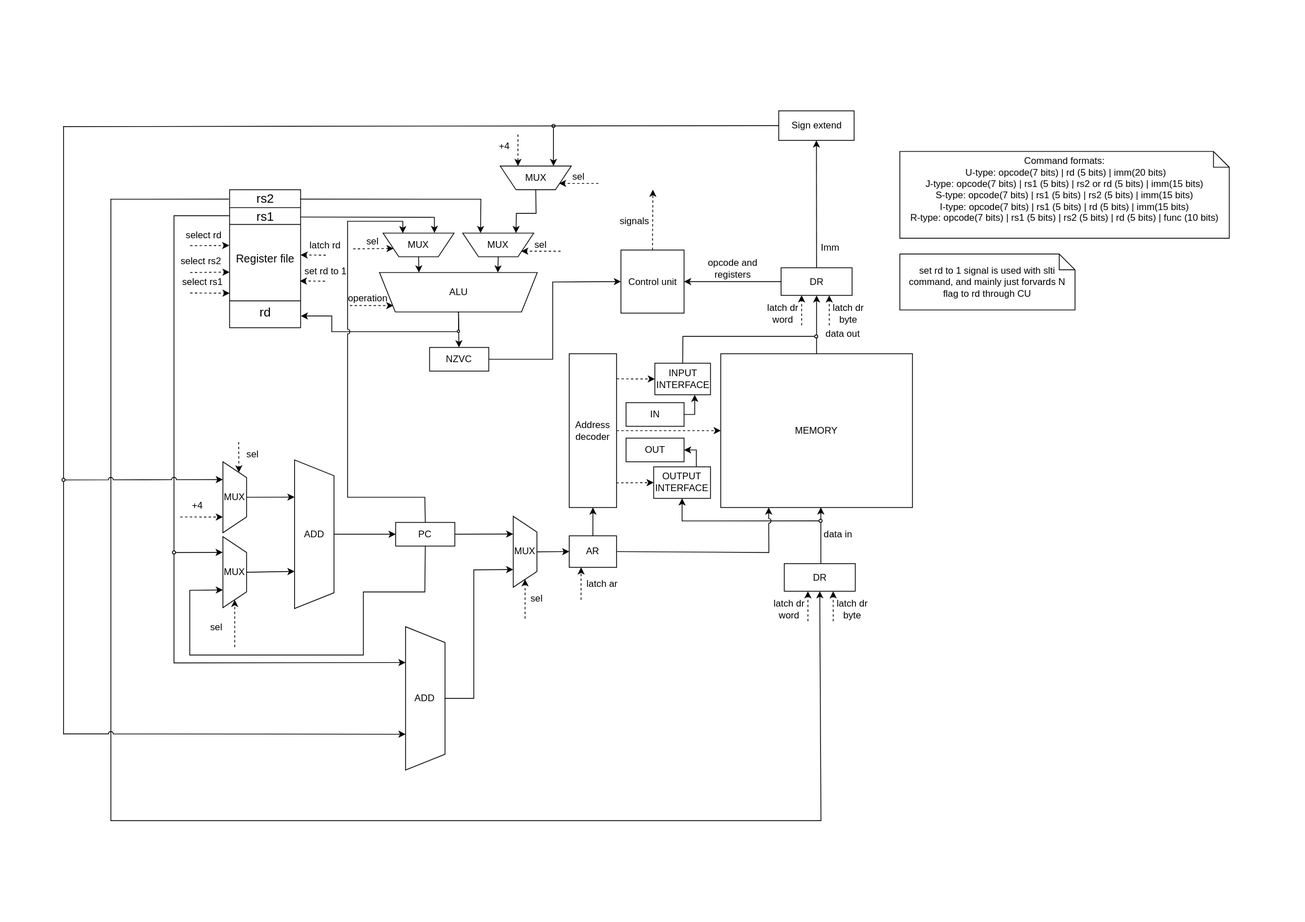
AstroSoup/computer-system-architecture-lab-3 keeps this draw.io diagram as scheme/scheme.svg. Above is the earlier version. Source tidied: cells renumbered, new cells last; positions are measured from the earlier drawing's top-left corner, leaving out a move shared by most shapes.
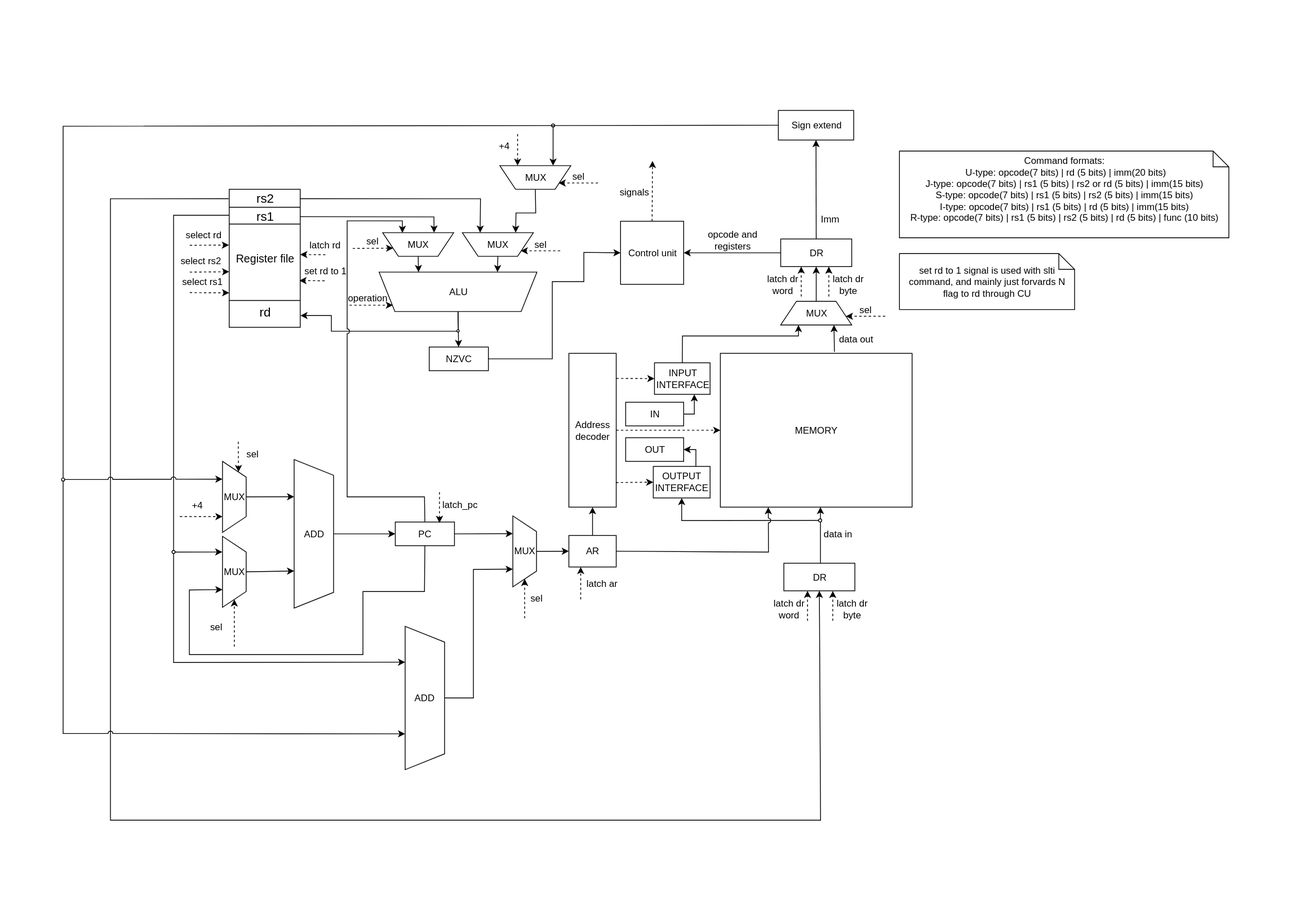
After the commit.

What changed in the source:
```diff
@@ -27,33 +27,33 @@
       <mxGeometry x="835" y="308" width="243" height="195" as="geometry" />
     </mxCell>
     <mxCell id="10" value="DR" style="rounded=0;whiteSpace=wrap;html=1;" parent="1" vertex="1">
-      <mxGeometry x="911.5" y="199" width="90" height="35" as="geometry" />
+      <mxGeometry x="911.5" y="163" width="90" height="35" as="geometry" />
     </mxCell>
-    <mxCell id="11" style="endArrow=classic;html=1;rounded=0;exitX=0.5;exitY=0;exitDx=0;exitDy=0;entryX=0.5;entryY=1;entryDx=0;entryDy=0;" parent="1" edge="1" source="9" target="10">
+    <mxCell id="11" style="endArrow=classic;html=1;rounded=0;exitX=0.5;exitY=0;exitDx=0;exitDy=0;entryX=0.5;entryY=1;entryDx=0;entryDy=0;" parent="1" edge="1" source="122" target="10">
       <mxGeometry relative="1" as="geometry" />
     </mxCell>
     <mxCell id="12" value="data out" style="text;html=1;align=center;verticalAlign=middle;whiteSpace=wrap;rounded=0;" parent="1" vertex="1">
-      <mxGeometry x="959.5" y="268" width="60" height="30" as="geometry" />
+      <mxGeometry x="976.5" y="275" width="60" height="30" as="geometry" />
     </mxCell>
     <mxCell id="13" style="endArrow=classic;html=1;rounded=0;exitX=0.5;exitY=0;exitDx=0;exitDy=0;entryX=0.5;entryY=1;entryDx=0;entryDy=0;" parent="1" edge="1" source="10" target="19">
       <mxGeometry relative="1" as="geometry" />
     </mxCell>
     <mxCell id="14" style="endArrow=classic;html=1;rounded=0;dashed=1;exitX=0.5;exitY=0;exitDx=0;exitDy=0;" parent="1" edge="1" source="112">
       <mxGeometry relative="1" as="geometry">
-        <mxPoint x="749" y="100" as="targetPoint" />
+        <mxPoint x="749" y="64" as="targetPoint" />
       </mxGeometry>
     </mxCell>
     <mxCell id="15" value="signals" style="text;html=1;align=center;verticalAlign=middle;whiteSpace=wrap;rounded=0;" parent="1" vertex="1">
-      <mxGeometry x="696" y="125" width="60" height="30" as="geometry" />
+      <mxGeometry x="696" y="89" width="60" height="30" as="geometry" />
     </mxCell>
     <mxCell id="16" style="endArrow=classic;html=1;rounded=0;exitX=0;exitY=0.5;exitDx=0;exitDy=0;entryX=1;entryY=0.5;entryDx=0;entryDy=0;" parent="1" edge="1" source="10" target="112">
       <mxGeometry relative="1" as="geometry" />
     </mxCell>
     <mxCell id="17" value="opcode and registers" style="text;html=1;whiteSpace=wrap;strokeColor=none;fillColor=none;align=center;verticalAlign=middle;rounded=0;" parent="1" vertex="1">
-      <mxGeometry x="804.5" y="185" width="91" height="30" as="geometry" />
+      <mxGeometry x="804.5" y="149" width="91" height="30" as="geometry" />
     </mxCell>
     <mxCell id="18" value="Imm" style="text;html=1;whiteSpace=wrap;strokeColor=none;fillColor=none;align=center;verticalAlign=middle;rounded=0;" parent="1" vertex="1">
-      <mxGeometry x="943.5" y="159" width="60" height="30" as="geometry" />
+      <mxGeometry x="943.5" y="123" width="60" height="30" as="geometry" />
     </mxCell>
     <mxCell id="19" value="Sign extend" style="rounded=0;whiteSpace=wrap;html=1;" parent="1" vertex="1">
       <mxGeometry x="908.5" width="95.5" height="37.5" as="geometry" />
@@ -136,12 +136,12 @@
     </mxCell>
     <mxCell id="41" style="endArrow=classic;html=1;rounded=0;dashed=1;entryX=0.233;entryY=0.997;entryDx=0;entryDy=0;entryPerimeter=0;" parent="1" edge="1">
       <mxGeometry relative="1" as="geometry">
-        <mxPoint x="937.5" y="272" as="sourcePoint" />
-        <mxPoint x="937.5" y="233.9" as="targetPoint" />
+        <mxPoint x="937.5" y="236" as="sourcePoint" />
+        <mxPoint x="937.5" y="197.9" as="targetPoint" />
       </mxGeometry>
     </mxCell>
     <mxCell id="42" value="latch dr word" style="text;html=1;whiteSpace=wrap;strokeColor=none;fillColor=none;align=center;verticalAlign=middle;rounded=0;" parent="1" vertex="1">
-      <mxGeometry x="888.5" y="242" width="50" height="30" as="geometry" />
+      <mxGeometry x="888.5" y="206" width="50" height="30" as="geometry" />
     </mxCell>
     <mxCell id="43" style="endArrow=classic;html=1;rounded=0;entryX=1;entryY=0.75;entryDx=0;entryDy=0;dashed=1;" parent="1" edge="1">
       <mxGeometry relative="1" as="geometry">
@@ -180,12 +180,12 @@
     </mxCell>
     <mxCell id="51" style="endArrow=classic;html=1;rounded=0;dashed=1;entryX=0.233;entryY=0.997;entryDx=0;entryDy=0;entryPerimeter=0;" parent="1" edge="1">
       <mxGeometry relative="1" as="geometry">
-        <mxPoint x="972.5" y="272" as="sourcePoint" />
-        <mxPoint x="972.5" y="234" as="targetPoint" />
+        <mxPoint x="972.5" y="236" as="sourcePoint" />
+        <mxPoint x="972.5" y="198" as="targetPoint" />
       </mxGeometry>
     </mxCell>
     <mxCell id="52" value="latch dr byte" style="text;html=1;whiteSpace=wrap;strokeColor=none;fillColor=none;align=center;verticalAlign=middle;rounded=0;" parent="1" vertex="1">
-      <mxGeometry x="971.5" y="242" width="50" height="30" as="geometry" />
+      <mxGeometry x="971.5" y="206" width="50" height="30" as="geometry" />
     </mxCell>
     <mxCell id="53" style="endArrow=classic;html=1;rounded=0;dashed=1;entryX=0.233;entryY=0.997;entryDx=0;entryDy=0;entryPerimeter=0;" parent="1" edge="1">
       <mxGeometry relative="1" as="geometry">
@@ -232,13 +232,11 @@
     <mxCell id="63" style="ellipse;whiteSpace=wrap;html=1;fillColor=light-dark(#FFFFFF,#FFFFFF);" parent="1" vertex="1">
       <mxGeometry x="959.5" y="517.9" width="4" height="4" as="geometry" />
     </mxCell>
-    <mxCell id="64" style="ellipse;whiteSpace=wrap;html=1;fillColor=light-dark(#FFFFFF,#FFFFFF);" parent="1" vertex="1">
-      <mxGeometry x="954" y="284" width="4" height="4" as="geometry" />
-    </mxCell>
-    <mxCell id="65" style="endArrow=none;html=1;rounded=0;entryX=0;entryY=0.5;entryDx=0;entryDy=0;exitX=0.5;exitY=0;exitDx=0;exitDy=0;" parent="1" edge="1" source="3" target="64">
+    <mxCell id="65" style="endArrow=classic;html=1;rounded=0;entryX=0.25;entryY=1;entryDx=0;entryDy=0;exitX=0.5;exitY=0;exitDx=0;exitDy=0;endFill=1;" parent="1" edge="1" source="3" target="122">
       <mxGeometry relative="1" as="geometry">
         <Array as="points">
           <mxPoint x="787" y="286" />
+          <mxPoint x="934" y="286" />
         </Array>
       </mxGeometry>
     </mxCell>
@@ -474,7 +472,7 @@
       </mxGeometry>
     </mxCell>
     <mxCell id="112" value="Control unit" style="whiteSpace=wrap;html=1;" parent="1" vertex="1">
-      <mxGeometry x="708.5" y="176.5" width="80" height="80" as="geometry" />
+      <mxGeometry x="708.5" y="140.5" width="80" height="80" as="geometry" />
     </mxCell>
     <mxCell id="113" value="sel" style="text;html=1;align=center;verticalAlign=middle;whiteSpace=wrap;rounded=0;direction=west;" parent="1" vertex="1">
       <mxGeometry x="577" y="155" width="60" height="30" as="geometry" />
@@ -496,6 +494,8 @@
         <Array as="points">
           <mxPoint x="622" y="315" />
           <mxPoint x="622" y="217" />
+          <mxPoint x="662" y="217" />
+          <mxPoint x="662" y="180" />
         </Array>
       </mxGeometry>
     </mxCell>
@@ -508,5 +508,29 @@
         <mxPoint x="420.4" y="174.5" as="targetPoint" />
       </mxGeometry>
     </mxCell>
+    <mxCell id="120" value="latch_pc" style="text;html=1;align=center;verticalAlign=middle;whiteSpace=wrap;rounded=0;" parent="1" vertex="1">
+      <mxGeometry x="475" y="485.4" width="60" height="30" as="geometry" />
+    </mxCell>
+    <mxCell id="121" style="endArrow=classic;html=1;rounded=0;entryX=0;entryY=0.25;entryDx=0;entryDy=0;dashed=1;" parent="1" edge="1">
+      <mxGeometry relative="1" as="geometry">
+        <mxPoint x="479" y="484" as="sourcePoint" />
+        <mxPoint x="479" y="523" as="targetPoint" />
+      </mxGeometry>
+    </mxCell>
+    <mxCell id="122" value="MUX" style="shape=trapezoid;perimeter=trapezoidPerimeter;whiteSpace=wrap;html=1;fixedSize=1;direction=north;rotation=90;horizontal=0;" parent="1" vertex="1">
+      <mxGeometry x="941.5" y="212" width="30" height="90" as="geometry" />
+    </mxCell>
+    <mxCell id="123" style="endArrow=classic;html=1;rounded=0;exitX=0.595;exitY=-0.01;exitDx=0;exitDy=0;exitPerimeter=0;entryX=0.75;entryY=1;entryDx=0;entryDy=0;" parent="1" edge="1" source="9" target="122">
+      <mxGeometry relative="1" as="geometry" />
+    </mxCell>
+    <mxCell id="124" value="sel" style="text;html=1;align=center;verticalAlign=middle;whiteSpace=wrap;rounded=0;direction=west;" parent="1" vertex="1">
+      <mxGeometry x="989" y="238" width="60" height="30" as="geometry" />
+    </mxCell>
+    <mxCell id="125" style="endArrow=classic;html=1;rounded=0;dashed=1;" parent="1" edge="1">
+      <mxGeometry relative="1" as="geometry">
+        <mxPoint x="1044" y="261" as="sourcePoint" />
+        <mxPoint x="994" y="261" as="targetPoint" />
+      </mxGeometry>
+    </mxCell>
   </root>
 </mxGraphModel>
```
